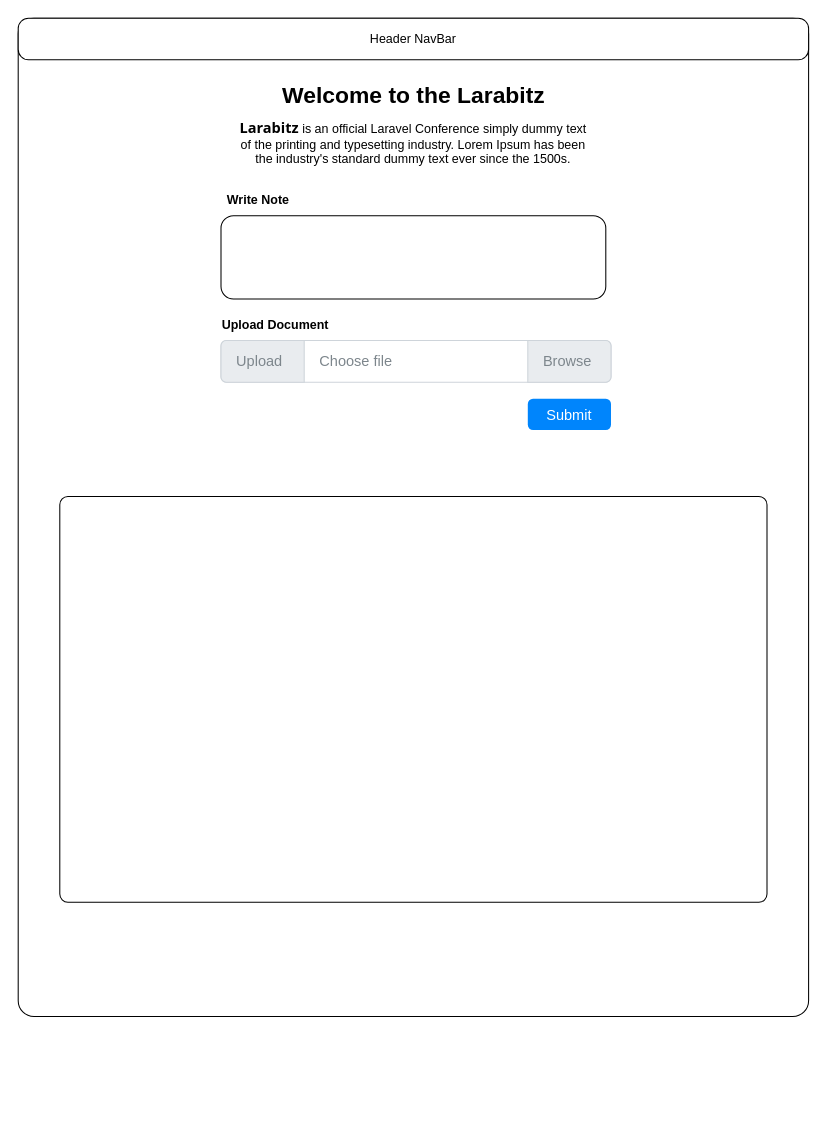
The draw.io diagram koble-riderpro/koble-riderpro-artist-invited.drawio in gulbitz/diagrams.net, before the edit. Source tidied: cells renumbered, new cells numbered last; positions are measured from the earlier drawing's top-left corner, leaving out a move shared by most shapes. Both pictures are drawn from the tidied source at 104%, with x=0, y=0 at pixel (18, 18).
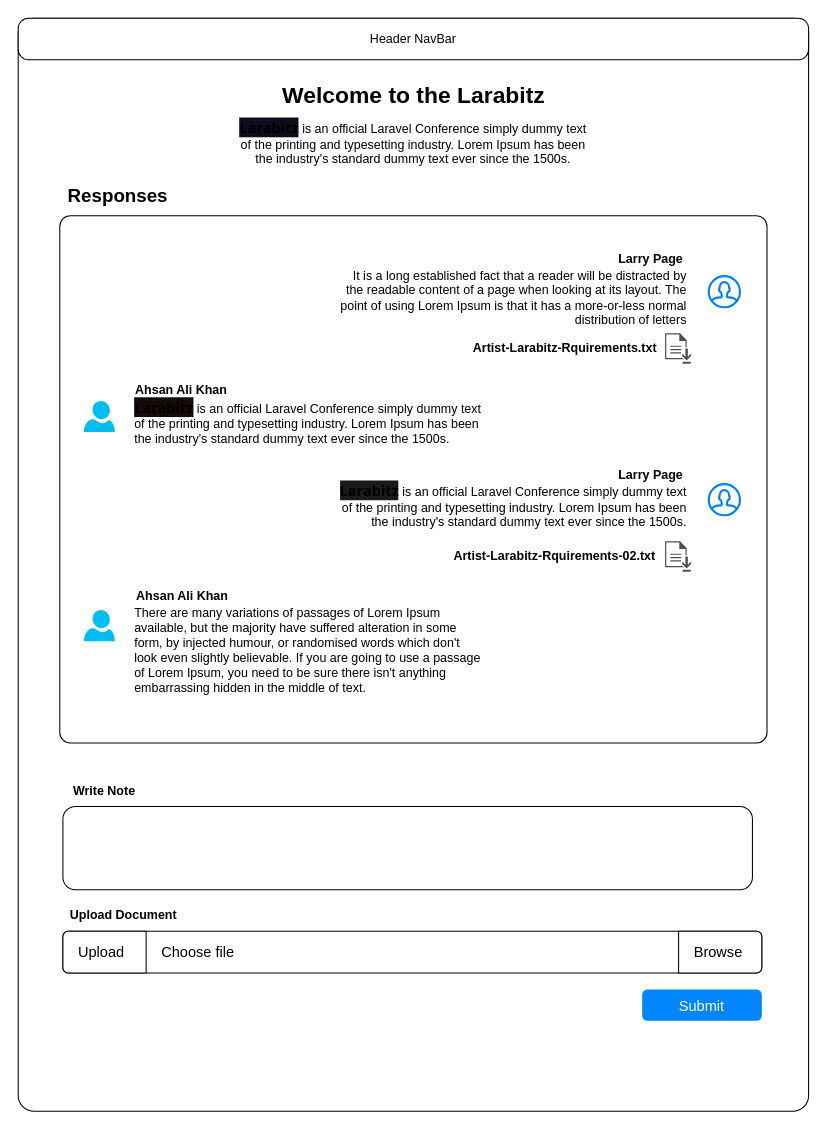
The same diagram, later.

Diff of the diagram source:
```diff
@@
     <mxCell id="2" style="rounded=1;whiteSpace=wrap;html=1;arcSize=2;" parent="1" vertex="1">
-      <mxGeometry width="760" height="960" as="geometry" />
+      <mxGeometry width="760" height="1051" as="geometry" />
     </mxCell>
@@
-    <mxCell id="4" style="rounded=1;whiteSpace=wrap;html=1;" parent="1" vertex="1">
-      <mxGeometry x="195" y="190" width="370" height="80" as="geometry" />
-    </mxCell>
@@
-    <mxCell id="6" value="&lt;strong style=&quot;margin: 0px; padding: 0px; font-family: &amp;quot;Open Sans&amp;quot;, Arial, sans-serif; font-size: 14px; text-align: justify; background-color: rgb(255, 255, 255);&quot;&gt;Larabitz&lt;/strong&gt;&amp;nbsp;is an official Laravel Conference simply dummy text of the printing and typesetting industry. Lorem Ipsum has been the industry's standard dummy text ever since the 1500s." style="text;html=1;strokeColor=none;fillColor=none;align=center;verticalAlign=middle;whiteSpace=wrap;rounded=0;" parent="1" vertex="1">
+    <mxCell id="6" value="&lt;strong style=&quot;margin: 0px; padding: 0px; font-family: &amp;quot;Open Sans&amp;quot;, Arial, sans-serif; font-size: 14px; text-align: justify; background-color: rgb(14, 13, 28);&quot;&gt;Larabitz&lt;/strong&gt;&amp;nbsp;is an official Laravel Conference simply dummy text of the printing and typesetting industry. Lorem Ipsum has been the industry's standard dummy text ever since the 1500s." style="text;html=1;strokeColor=none;fillColor=none;align=center;verticalAlign=middle;whiteSpace=wrap;rounded=0;" parent="1" vertex="1">
       <mxGeometry x="210" y="90" width="340" height="60" as="geometry" />
     </mxCell>
+    <mxCell id="14" style="group;" parent="1" vertex="1">
+      <mxGeometry x="40" y="159" width="680" height="538" as="geometry" />
+    </mxCell>
+    <mxCell id="13" style="rounded=1;whiteSpace=wrap;html=1;arcSize=2;" parent="14" vertex="1">
+      <mxGeometry y="31" width="680" height="507" as="geometry" />
+    </mxCell>
+    <mxCell id="15" value="&lt;h1 style=&quot;font-size: 18px;&quot;&gt;Responses&lt;/h1&gt;" style="text;html=1;strokeColor=none;fillColor=none;spacing=5;spacingTop=-20;whiteSpace=wrap;overflow=hidden;rounded=0;fontSize=18;" parent="14" vertex="1">
+      <mxGeometry x="3" width="108" height="22" as="geometry" />
+    </mxCell>
+    <mxCell id="16" style="group;" parent="14" vertex="1">
+      <mxGeometry x="265" y="80" width="389" height="93.2" as="geometry" />
+    </mxCell>
+    <mxCell id="17" style="html=1;verticalLabelPosition=bottom;align=center;labelBackgroundColor=#ffffff;verticalAlign=top;strokeWidth=2;strokeColor=#0080F0;shadow=0;dashed=0;shape=mxgraph.ios7.icons.user;" parent="16" vertex="1">
+      <mxGeometry x="359" y="9" width="30" height="30" as="geometry" />
+    </mxCell>
+    <mxCell id="18" value="It is a long established fact that a reader will be distracted by the readable content of a page when looking at its layout. The point of using Lorem Ipsum is that it has a more-or-less normal distribution of letters" style="text;html=1;strokeColor=none;fillColor=none;align=right;verticalAlign=middle;whiteSpace=wrap;rounded=0;" parent="16" vertex="1">
+      <mxGeometry width="340" height="60" as="geometry" />
+    </mxCell>
+    <mxCell id="19" style="group;" parent="16" vertex="1">
+      <mxGeometry x="131" y="63" width="211" height="30.2" as="geometry" />
+    </mxCell>
+    <mxCell id="20" style="sketch=0;shadow=0;dashed=0;html=1;strokeColor=none;fillColor=#505050;labelPosition=center;verticalLabelPosition=bottom;verticalAlign=top;align=center;shape=mxgraph.office.concepts.download;" parent="19" vertex="1">
+      <mxGeometry x="186" y="1" width="25" height="29.2" as="geometry" />
+    </mxCell>
+    <mxCell id="21" value="Artist-Larabitz-Rquirements.txt" style="text;html=1;strokeColor=none;fillColor=none;align=center;verticalAlign=middle;whiteSpace=wrap;rounded=0;fontStyle=1;" parent="19" vertex="1">
+      <mxGeometry width="180" height="30" as="geometry" />
+    </mxCell>
+    <mxCell id="22" style="group;" parent="16" vertex="1">
+      <mxGeometry y="200" width="389" height="93.2" as="geometry" />
+    </mxCell>
+    <mxCell id="23" style="html=1;verticalLabelPosition=bottom;align=center;labelBackgroundColor=#ffffff;verticalAlign=top;strokeWidth=2;strokeColor=#0080F0;shadow=0;dashed=0;shape=mxgraph.ios7.icons.user;" parent="22" vertex="1">
+      <mxGeometry x="359" y="9" width="30" height="30" as="geometry" />
+    </mxCell>
+    <mxCell id="24" value="&lt;strong style=&quot;margin: 0px; padding: 0px; font-family: &amp;quot;Open Sans&amp;quot;, Arial, sans-serif; font-size: 14px; background-color: rgb(26, 26, 26);&quot;&gt;Larabitz&lt;/strong&gt;&amp;nbsp;is an official Laravel Conference simply dummy text of the printing and typesetting industry. Lorem Ipsum has been the industry's standard dummy text ever since the 1500s." style="text;html=1;strokeColor=none;fillColor=none;align=right;verticalAlign=middle;whiteSpace=wrap;rounded=0;" parent="22" vertex="1">
+      <mxGeometry width="340" height="60" as="geometry" />
+    </mxCell>
+    <mxCell id="25" style="group;" parent="22" vertex="1">
+      <mxGeometry x="131" y="63" width="211" height="30.2" as="geometry" />
+    </mxCell>
+    <mxCell id="26" style="sketch=0;shadow=0;dashed=0;html=1;strokeColor=none;fillColor=#505050;labelPosition=center;verticalLabelPosition=bottom;verticalAlign=top;align=center;shape=mxgraph.office.concepts.download;" parent="25" vertex="1">
+      <mxGeometry x="186" y="1" width="25" height="29.2" as="geometry" />
+    </mxCell>
+    <mxCell id="27" value="Artist-Larabitz-Rquirements-02.txt" style="text;html=1;strokeColor=none;fillColor=none;align=center;verticalAlign=middle;whiteSpace=wrap;rounded=0;fontStyle=1;" parent="25" vertex="1">
+      <mxGeometry x="-20" width="200" height="30" as="geometry" />
+    </mxCell>
+    <mxCell id="28" style="group;" parent="14" vertex="1">
+      <mxGeometry x="23" y="401" width="387" height="95" as="geometry" />
+    </mxCell>
+    <mxCell id="29" style="verticalLabelPosition=bottom;html=1;verticalAlign=top;align=center;strokeColor=none;fillColor=#00BEF2;shape=mxgraph.azure.user;" parent="28" vertex="1">
+      <mxGeometry y="9" width="30" height="30" as="geometry" />
+    </mxCell>
+    <mxCell id="30" value="There are many variations of passages of Lorem Ipsum available, but the majority have suffered alteration in some form, by injected humour, or randomised words which don't look even slightly believable. If you are going to use a passage of Lorem Ipsum, you need to be sure there isn't anything embarrassing hidden in the middle of text." style="text;html=1;strokeColor=none;fillColor=none;align=left;verticalAlign=middle;whiteSpace=wrap;rounded=0;" parent="28" vertex="1">
+      <mxGeometry x="47" width="340" height="95" as="geometry" />
+    </mxCell>
+    <mxCell id="31" style="verticalLabelPosition=bottom;html=1;verticalAlign=top;align=center;strokeColor=none;fillColor=#00BEF2;shape=mxgraph.azure.user;" parent="14" vertex="1">
+      <mxGeometry x="23" y="209" width="30" height="30" as="geometry" />
+    </mxCell>
+    <mxCell id="32" value="&lt;strong style=&quot;margin: 0px; padding: 0px; font-family: &amp;quot;Open Sans&amp;quot;, Arial, sans-serif; font-size: 14px; background-color: rgb(21, 9, 9);&quot;&gt;Larabitz&lt;/strong&gt;&amp;nbsp;is an official Laravel Conference simply dummy text of the printing and typesetting industry. Lorem Ipsum has been the industry's standard dummy text ever since the 1500s." style="text;html=1;strokeColor=none;fillColor=none;align=left;verticalAlign=middle;whiteSpace=wrap;rounded=0;" parent="14" vertex="1">
+      <mxGeometry x="70" y="200" width="340" height="60" as="geometry" />
+    </mxCell>
+    <mxCell id="33" value="Ahsan Ali Khan" style="text;html=1;strokeColor=none;fillColor=none;align=center;verticalAlign=middle;whiteSpace=wrap;rounded=0;fontStyle=1;" parent="14" vertex="1">
+      <mxGeometry x="67" y="184" width="100" height="30" as="geometry" />
+    </mxCell>
+    <mxCell id="34" value="Larry Page" style="text;html=1;strokeColor=none;fillColor=none;align=center;verticalAlign=middle;whiteSpace=wrap;rounded=0;fontStyle=1;" parent="14" vertex="1">
+      <mxGeometry x="530" y="58" width="77" height="30" as="geometry" />
+    </mxCell>
+    <mxCell id="35" value="Ahsan Ali Khan" style="text;html=1;strokeColor=none;fillColor=none;align=center;verticalAlign=middle;whiteSpace=wrap;rounded=0;fontStyle=1;" parent="14" vertex="1">
+      <mxGeometry x="68" y="382" width="100" height="30" as="geometry" />
+    </mxCell>
+    <mxCell id="36" value="Larry Page" style="text;html=1;strokeColor=none;fillColor=none;align=center;verticalAlign=middle;whiteSpace=wrap;rounded=0;fontStyle=1;" parent="14" vertex="1">
+      <mxGeometry x="530" y="266" width="77" height="30" as="geometry" />
+    </mxCell>
+    <mxCell id="4" style="rounded=1;whiteSpace=wrap;html=1;" parent="1" vertex="1">
+      <mxGeometry x="43" y="758" width="663" height="80" as="geometry" />
+    </mxCell>
     <mxCell id="7" value="&lt;font style=&quot;font-size: 14px;&quot;&gt;Submit&lt;/font&gt;" style="html=1;shadow=0;dashed=0;shape=mxgraph.bootstrap.rrect;rSize=5;strokeColor=none;strokeWidth=1;fillColor=#0085FC;fontColor=#FFFFFF;whiteSpace=wrap;align=center;verticalAlign=middle;spacingLeft=0;fontStyle=0;fontSize=16;spacing=5;" parent="1" vertex="1">
-      <mxGeometry x="490" y="366" width="80" height="30" as="geometry" />
+      <mxGeometry x="600" y="934" width="115" height="30" as="geometry" />
     </mxCell>
     <mxCell id="8" value="Write Note" style="text;html=1;strokeColor=none;fillColor=none;align=center;verticalAlign=middle;whiteSpace=wrap;rounded=0;fontStyle=1;" parent="1" vertex="1">
-      <mxGeometry x="196" y="160" width="70" height="30" as="geometry" />
+      <mxGeometry x="45.8" y="728" width="74.2" height="30" as="geometry" />
     </mxCell>
-    <mxCell id="9" value="Choose file" style="html=1;shadow=0;dashed=0;shape=mxgraph.bootstrap.rrect;rSize=5;strokeColor=#CED4DA;html=1;whiteSpace=wrap;fillColor=#FFFFFF;fontColor=#7D868C;align=left;spacing=15;spacingLeft=80;fontSize=14;" parent="1" vertex="1">
-      <mxGeometry x="195" y="310" width="375" height="40" as="geometry" />
+    <mxCell id="9" value="Choose file" style="html=1;shadow=0;dashed=0;shape=mxgraph.bootstrap.rrect;rSize=5;html=1;whiteSpace=wrap;align=left;spacing=15;spacingLeft=80;fontSize=14;labelBackgroundColor=none;" parent="1" vertex="1">
+      <mxGeometry x="43" y="878" width="672" height="40" as="geometry" />
     </mxCell>
-    <mxCell id="10" value="Upload" style="html=1;shadow=0;dashed=0;shape=mxgraph.bootstrap.leftButton;strokeColor=#CED4DA;gradientColor=inherit;fontColor=inherit;fillColor=#E9ECEF;rSize=5;perimeter=none;whiteSpace=wrap;fontSize=14;align=left;spacing=15;" parent="9" vertex="1">
+    <mxCell id="10" value="Upload" style="html=1;shadow=0;dashed=0;shape=mxgraph.bootstrap.leftButton;rSize=5;perimeter=none;whiteSpace=wrap;fontSize=14;align=left;spacing=15;" parent="9" vertex="1">
       <mxGeometry width="80" height="40" relative="1" as="geometry" />
     </mxCell>
-    <mxCell id="11" value="Browse" style="html=1;shadow=0;dashed=0;shape=mxgraph.bootstrap.rightButton;strokeColor=#CED4DA;gradientColor=inherit;fontColor=inherit;fillColor=#E9ECEF;rSize=5;perimeter=none;whiteSpace=wrap;fontSize=14;align=left;spacing=15;" parent="9" vertex="1">
+    <mxCell id="11" value="Browse" style="html=1;shadow=0;dashed=0;shape=mxgraph.bootstrap.rightButton;rSize=5;perimeter=none;whiteSpace=wrap;fontSize=14;align=left;spacing=15;" parent="9" vertex="1">
       <mxGeometry x="1" width="80" height="40" relative="1" as="geometry">
         <mxPoint x="-80" as="offset" />
       </mxGeometry>
     </mxCell>
     <mxCell id="12" value="Upload Document" style="text;html=1;strokeColor=none;fillColor=none;align=center;verticalAlign=middle;whiteSpace=wrap;rounded=0;fontStyle=1;" parent="1" vertex="1">
-      <mxGeometry x="195" y="280" width="105" height="30" as="geometry" />
+      <mxGeometry x="43" y="848" width="117" height="30" as="geometry" />
     </mxCell>
-    <mxCell id="13" style="rounded=1;whiteSpace=wrap;html=1;arcSize=2;" parent="1" vertex="1">
-      <mxGeometry x="40" y="460" width="680" height="390" as="geometry" />
-    </mxCell>
```
